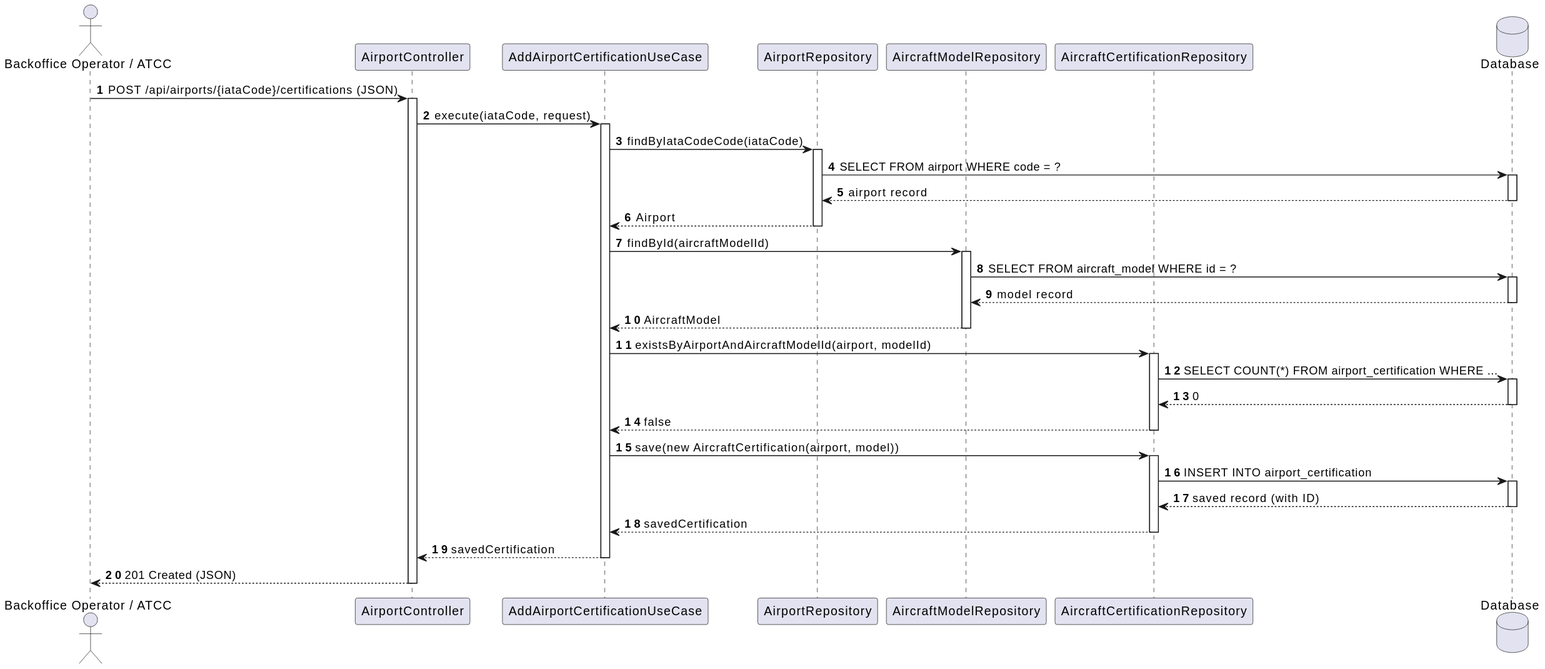
Before: docs/use-cases/WP#_A/WP#2A/svg/sequence-diagram/sd_us106a.svg, a diagram exported from PlantUML (VascoMagolo/psoft_1231562_1241692_1242036_2db).
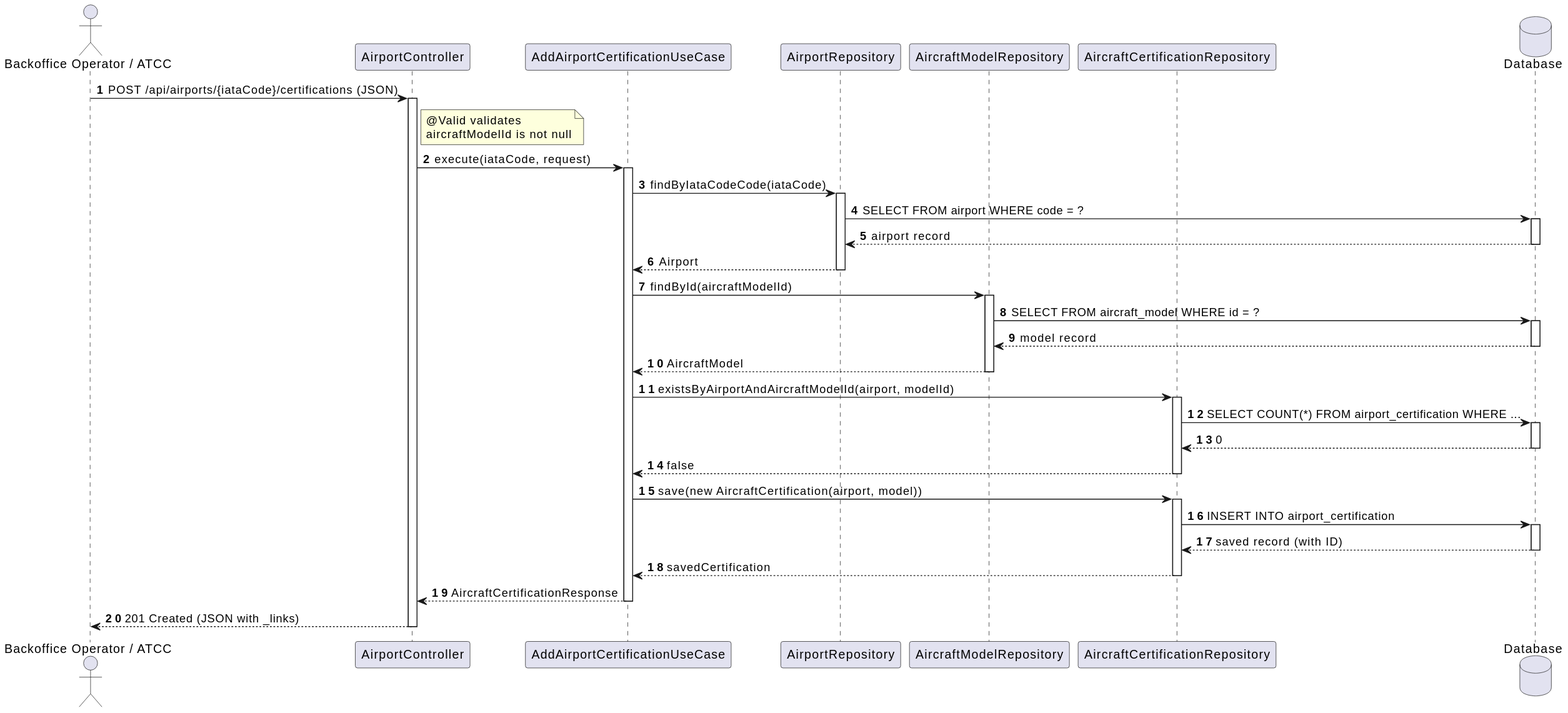
The same file after the commit.

What changed in the source:
```diff
@@ -10,6 +10,8 @@
 
 Actor -> Ctrl : POST /api/airports/{iataCode}/certifications (JSON)
 activate Ctrl
+
+note right of Ctrl : @Valid validates\naircraftModelId is not null
 
 Ctrl -> UC : execute(iataCode, request)
 activate UC
@@ -50,9 +52,9 @@
 CertRepo --> UC : savedCertification
 deactivate CertRepo
 
-UC --> Ctrl : savedCertification
+UC --> Ctrl : AircraftCertificationResponse
 deactivate UC
 
-Ctrl --> Actor : 201 Created (JSON)
+Ctrl --> Actor : 201 Created (JSON with _links)
 deactivate Ctrl
 @enduml
```
